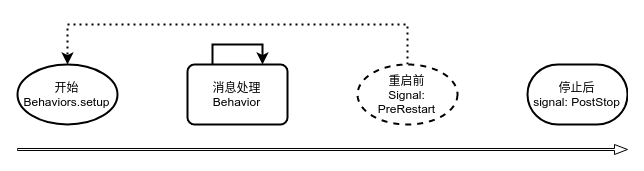
Before: docs/actor/imgs/actor-lifecycle.png, a diagram exported from draw.io (yangbajing/akka-cookbook). Source tidied: cells renumbered, new cells last; positions are measured from the earlier drawing's top-left corner, leaving out a move shared by most shapes.
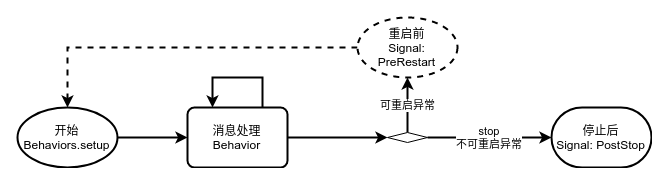
Later version of the same file.

Diff of the diagram source:
```diff
@@ -2,34 +2,41 @@
   <root>
     <mxCell id="0" />
     <mxCell id="1" parent="0" />
+    <mxCell id="9" style="edgeStyle=orthogonalEdgeStyle;rounded=0;jettySize=auto;html=1;exitX=1;exitY=0.5;exitDx=0;exitDy=0;exitPerimeter=0;entryX=0;entryY=0.5;entryDx=0;entryDy=0;strokeWidth=2;" parent="1" edge="1" source="2" target="6">
+      <mxGeometry relative="1" as="geometry" />
+    </mxCell>
     <mxCell id="2" value="开始&lt;br style=&quot;white-space: normal&quot;&gt;&lt;span style=&quot;white-space: normal&quot;&gt;Behaviors.setup&lt;/span&gt;" style="strokeWidth=2;html=1;shape=mxgraph.flowchart.start_1;whiteSpace=wrap;" parent="1" vertex="1">
-      <mxGeometry y="40" width="100" height="60" as="geometry" />
+      <mxGeometry y="140" width="100" height="60" as="geometry" />
     </mxCell>
-    <mxCell id="3" value="停止后&lt;br&gt;signal: PostStop" style="strokeWidth=2;html=1;shape=mxgraph.flowchart.terminator;whiteSpace=wrap;" parent="1" vertex="1">
-      <mxGeometry x="510" y="40" width="100" height="60" as="geometry" />
+    <mxCell id="3" value="停止后&lt;br&gt;Signal: PostStop" style="strokeWidth=2;html=1;shape=mxgraph.flowchart.terminator;whiteSpace=wrap;" parent="1" vertex="1">
+      <mxGeometry x="534" y="140" width="100" height="60" as="geometry" />
     </mxCell>
-    <mxCell id="4" style="edgeStyle=orthogonalEdgeStyle;rounded=0;jettySize=auto;html=1;exitX=0.5;exitY=0;exitDx=0;exitDy=0;exitPerimeter=0;entryX=0.5;entryY=0;entryDx=0;entryDy=0;entryPerimeter=0;dashed=1;strokeWidth=2;dashPattern=1 2;" parent="1" edge="1" source="5" target="2">
-      <mxGeometry relative="1" as="geometry">
-        <Array as="points">
-          <mxPoint x="390" />
-          <mxPoint x="50" />
-        </Array>
-      </mxGeometry>
+    <mxCell id="4" style="edgeStyle=orthogonalEdgeStyle;rounded=0;jettySize=auto;html=1;exitX=0;exitY=0.5;exitDx=0;exitDy=0;exitPerimeter=0;entryX=0.5;entryY=0;entryDx=0;entryDy=0;entryPerimeter=0;dashed=1;strokeWidth=2;" parent="1" edge="1" source="5" target="2">
+      <mxGeometry relative="1" as="geometry" />
     </mxCell>
     <mxCell id="5" value="重启前&lt;br&gt;Signal: PreRestart" style="strokeWidth=2;html=1;shape=mxgraph.flowchart.start_2;whiteSpace=wrap;gradientColor=none;dashed=1;" parent="1" vertex="1">
-      <mxGeometry x="340" y="40" width="100" height="60" as="geometry" />
+      <mxGeometry x="340" y="50" width="100" height="60" as="geometry" />
     </mxCell>
+    <mxCell id="10" style="edgeStyle=orthogonalEdgeStyle;rounded=0;jettySize=auto;html=1;exitX=1;exitY=0.5;exitDx=0;exitDy=0;entryX=0;entryY=0.5;entryDx=0;entryDy=0;strokeWidth=2;" parent="1" edge="1" source="6" target="13">
+      <mxGeometry relative="1" as="geometry" />
+    </mxCell>
     <mxCell id="6" value="消息处理&lt;br&gt;Behavior" style="rounded=1;whiteSpace=wrap;html=1;absoluteArcSize=1;arcSize=14;strokeWidth=2;" parent="1" vertex="1">
-      <mxGeometry x="170" y="40" width="100" height="60" as="geometry" />
+      <mxGeometry x="170" y="140" width="100" height="60" as="geometry" />
     </mxCell>
-    <mxCell id="7" style="verticalLabelPosition=bottom;verticalAlign=top;html=1;strokeWidth=1;shape=mxgraph.arrows2.arrow;dy=0.8;dx=13;notch=0;gradientColor=none;rotation=0;" parent="1" vertex="1">
-      <mxGeometry y="120" width="610" height="10" as="geometry" />
-    </mxCell>
+    <mxCell id="11" value="stop&lt;br&gt;不可重启异常" style="edgeStyle=orthogonalEdgeStyle;rounded=0;jettySize=auto;html=1;exitX=1;exitY=0.5;exitDx=0;exitDy=0;entryX=0;entryY=0.5;entryDx=0;entryDy=0;entryPerimeter=0;strokeWidth=2;" parent="1" edge="1" source="13" target="3">
+      <mxGeometry relative="1" as="geometry" />
+    </mxCell>
+    <mxCell id="12" value="可重启异常" style="edgeStyle=orthogonalEdgeStyle;rounded=0;jettySize=auto;html=1;exitX=0.5;exitY=0;exitDx=0;exitDy=0;entryX=0.5;entryY=1;entryDx=0;entryDy=0;entryPerimeter=0;strokeWidth=2;" parent="1" edge="1" source="13" target="5">
+      <mxGeometry relative="1" as="geometry" />
+    </mxCell>
+    <mxCell id="13" style="rhombus;whiteSpace=wrap;html=1;" parent="1" vertex="1">
+      <mxGeometry x="370" y="165" width="40" height="10" as="geometry" />
+    </mxCell>
-    <mxCell id="8" style="edgeStyle=orthogonalEdgeStyle;rounded=0;orthogonalLoop=1;jettySize=auto;html=1;exitX=0.25;exitY=0;exitDx=0;exitDy=0;entryX=0.75;entryY=0;entryDx=0;entryDy=0;strokeWidth=2;" parent="1" edge="1" source="6" target="6">
+    <mxCell id="8" style="edgeStyle=orthogonalEdgeStyle;rounded=0;orthogonalLoop=1;jettySize=auto;html=1;exitX=0.75;exitY=0;exitDx=0;exitDy=0;entryX=0.25;entryY=0;entryDx=0;entryDy=0;strokeWidth=2;" parent="1" edge="1" source="6" target="6">
       <mxGeometry relative="1" as="geometry">
         <Array as="points">
-          <mxPoint x="195" y="20" />
-          <mxPoint x="245" y="20" />
+          <mxPoint x="245" y="110" />
+          <mxPoint x="195" y="110" />
         </Array>
       </mxGeometry>
     </mxCell>
```
